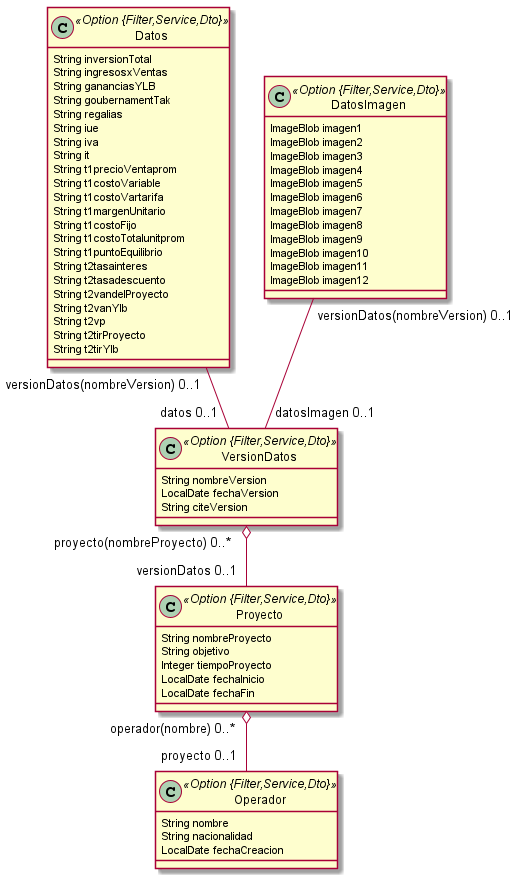
Above: appbol.png in clavelrolax/AppChento (PlantUML), before the change. Its diagram source:
```plantuml
@startuml
	!pragma syntax class
	class Operador <<Option {Filter,Service,Dto}>> {
		String nombre
		String nacionalidad
		LocalDate fechaCreacion
	}
	class Proyecto <<Option {Filter,Service,Dto}>> {
		String nombreProyecto
		String objetivo
		Integer tiempoProyecto
		LocalDate fechaInicio
		LocalDate fechaFin
	}
	class VersionDatos <<Option {Filter,Service,Dto}>> {
		String nombreVersion
		LocalDate fechaVersion
		String citeVersion
	}
	class Datos <<Option {Filter,Service,Dto}>> {
		String inversionTotal
		String ingresosxVentas
		String gananciasYLB
		String goubernamentTak
		String regalias
		String iue
		String iva
		String it
		String t1precioVentaprom
		String t1costoVariable
		String t1costoVartarifa
		String t1margenUnitario
		String t1costoFijo
		String t1costoTotalunitprom
		String t1puntoEquilibrio
		String t2tasainteres
		String t2tasadescuento
		String t2vandelProyecto
		String t2vanYlb
		String t2vp
		String t2tirProyecto
		String t2tirYlb
	}
	class DatosImagen <<Option {Filter,Service,Dto}>> {
		ImageBlob imagen1
		ImageBlob imagen2
		ImageBlob imagen3
		ImageBlob imagen4
		ImageBlob imagen5
		ImageBlob imagen6
		ImageBlob imagen7
		ImageBlob imagen8
		ImageBlob imagen9
		ImageBlob imagen10
		ImageBlob imagen11
		ImageBlob imagen12
	}
	Proyecto  "operador(nombre) 0..* " o-- "proyecto 0..1 "  Operador
	VersionDatos  "proyecto(nombreProyecto) 0..* " o-- "versionDatos 0..1 "  Proyecto
	Datos  "versionDatos(nombreVersion) 0..1 " -- "datos 0..1 "  VersionDatos
	DatosImagen  "versionDatos(nombreVersion) 0..1 " -- "datosImagen 0..1 "  VersionDatos
@enduml
```
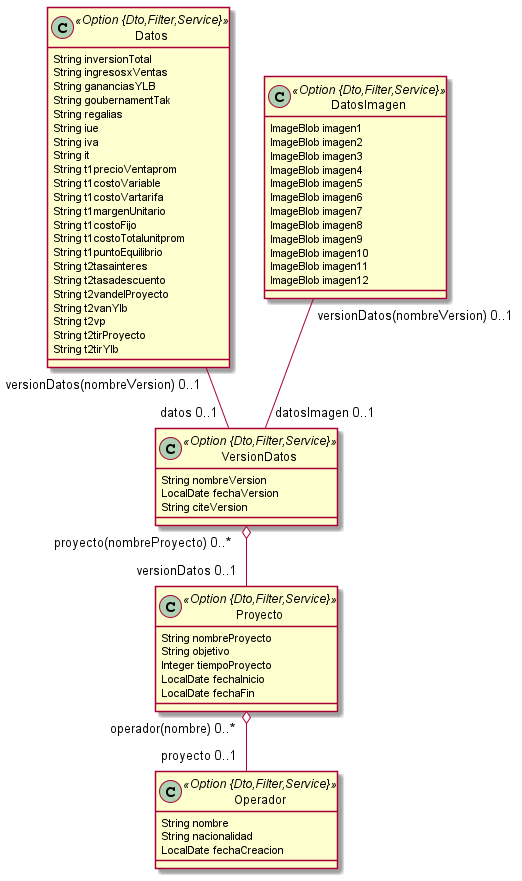
After the commit.

The edit, as a diff of the source:
```diff
@@ -1,23 +1,23 @@
 @startuml
 	!pragma syntax class
-	class Operador <<Option {Filter,Service,Dto}>> {
+	class Operador <<Option {Dto,Filter,Service}>> {
 		String nombre
 		String nacionalidad
 		LocalDate fechaCreacion
 	}
-	class Proyecto <<Option {Filter,Service,Dto}>> {
+	class Proyecto <<Option {Dto,Filter,Service}>> {
 		String nombreProyecto
 		String objetivo
 		Integer tiempoProyecto
 		LocalDate fechaInicio
 		LocalDate fechaFin
 	}
-	class VersionDatos <<Option {Filter,Service,Dto}>> {
+	class VersionDatos <<Option {Dto,Filter,Service}>> {
 		String nombreVersion
 		LocalDate fechaVersion
 		String citeVersion
 	}
-	class Datos <<Option {Filter,Service,Dto}>> {
+	class Datos <<Option {Dto,Filter,Service}>> {
 		String inversionTotal
 		String ingresosxVentas
 		String gananciasYLB
@@ -41,7 +41,7 @@
 		String t2tirProyecto
 		String t2tirYlb
 	}
-	class DatosImagen <<Option {Filter,Service,Dto}>> {
+	class DatosImagen <<Option {Dto,Filter,Service}>> {
 		ImageBlob imagen1
 		ImageBlob imagen2
 		ImageBlob imagen3
```
